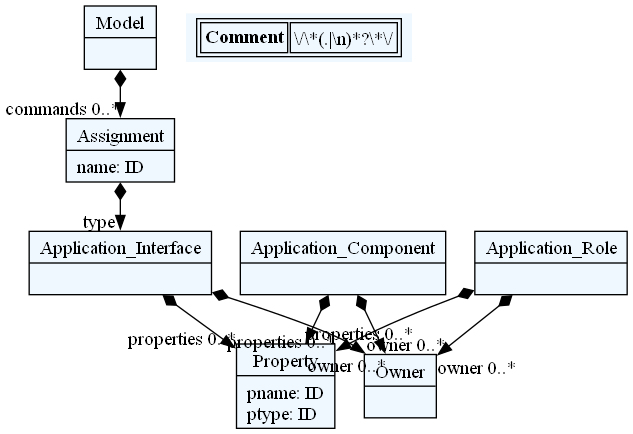
The Graphviz diagram archimate.png in GuyWicks/ArchDown, before a commit. Its source is kept beside it as grammar/archimate.dot.
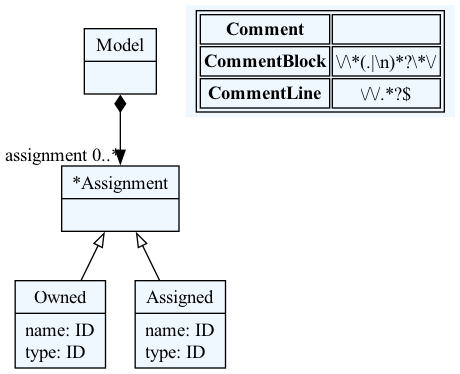
The same file after the commit.

What changed in the source:
```diff
@@ -10,41 +10,28 @@
     edge[dir=black,arrowtail=empty]
 
 
-1824762154000[ label="{Model|}"]
+4746681824[ label="{Model|}"]
 
-1824762161808[ label="{Assignment|name: ID\l}"]
+4746683776[ label="{*Assignment|}"]
 
-1824762149120[ label="{Application_Interface|}"]
+4746686496[ label="{Owned|name: ID\ltype: ID\l}"]
 
-1824762150096[ label="{Application_Component|}"]
-
-1824762152048[ label="{Application_Role|}"]
+4746689216[ label="{Assigned|name: ID\ltype: ID\l}"]
 
 
 
-1824762154000 -> 1824762161808[arrowtail=diamond, dir=both, headlabel="commands 0..*"]
-1824762161808 -> 1824762149120[arrowtail=diamond, dir=both, headlabel="type "]
-1824762149120 -> 1824762145216[arrowtail=diamond, dir=both, headlabel="properties 0..*"]
-1824762145216[ label="{Property|pname: ID\lptype: ID\l}"]
-
-1824762149120 -> 1824762147168[arrowtail=diamond, dir=both, headlabel="owner 0..*"]
-1824762147168[ label="{Owner|}"]
-
-1824762150096 -> 1824762145216[arrowtail=diamond, dir=both, headlabel="properties 0..*"]
-1824762145216[ label="{Property|pname: ID\lptype: ID\l}"]
-
-1824762150096 -> 1824762147168[arrowtail=diamond, dir=both, headlabel="owner 0..*"]
-1824762147168[ label="{Owner|}"]
-
-1824762152048 -> 1824762145216[arrowtail=diamond, dir=both, headlabel="properties 0..*"]
-1824762145216[ label="{Property|pname: ID\lptype: ID\l}"]
-
-1824762152048 -> 1824762147168[arrowtail=diamond, dir=both, headlabel="owner 0..*"]
-1824762147168[ label="{Owner|}"]
-
+4746681824 -> 4746683776[arrowtail=diamond, dir=both, headlabel="assignment 0..*"]
+4746683776 -> 4746686496 [dir=back]
+4746683776 -> 4746689216 [dir=back]
 match_rules [ shape=plaintext, label=< <table>
 	<tr>
-		<td><b>Comment</b></td><td>\/\*(.|\n)*?\*\/</td>
+		<td><b>Comment</b></td><td></td>
+	</tr>
+	<tr>
+		<td><b>CommentBlock</b></td><td>\/\*(.|\n)*?\*\/</td>
+	</tr>
+	<tr>
+		<td><b>CommentLine</b></td><td>\/\/.*?$</td>
 	</tr>
 </table> >]
 
```
